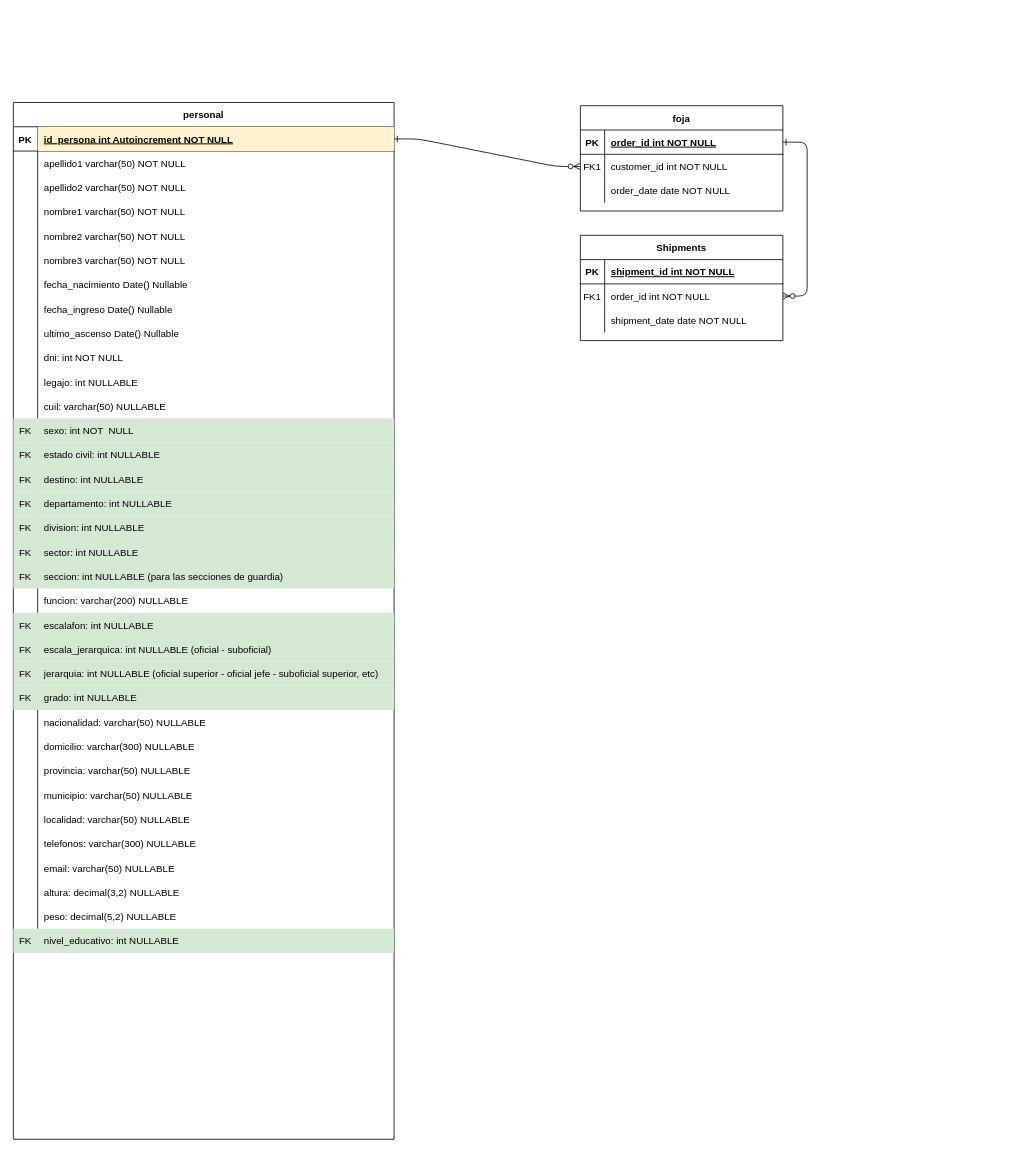
Above: Cuerpo Penitenciario.drawio in FSALVA157/EsquemasER (draw.io), before the change. Source tidied: cells renumbered, new cells numbered last; positions are measured from the earlier drawing's top-left corner, leaving out a move shared by most shapes. Both pictures are drawn from the tidied source at 81%, with x=0, y=0 at pixel (13, 102).
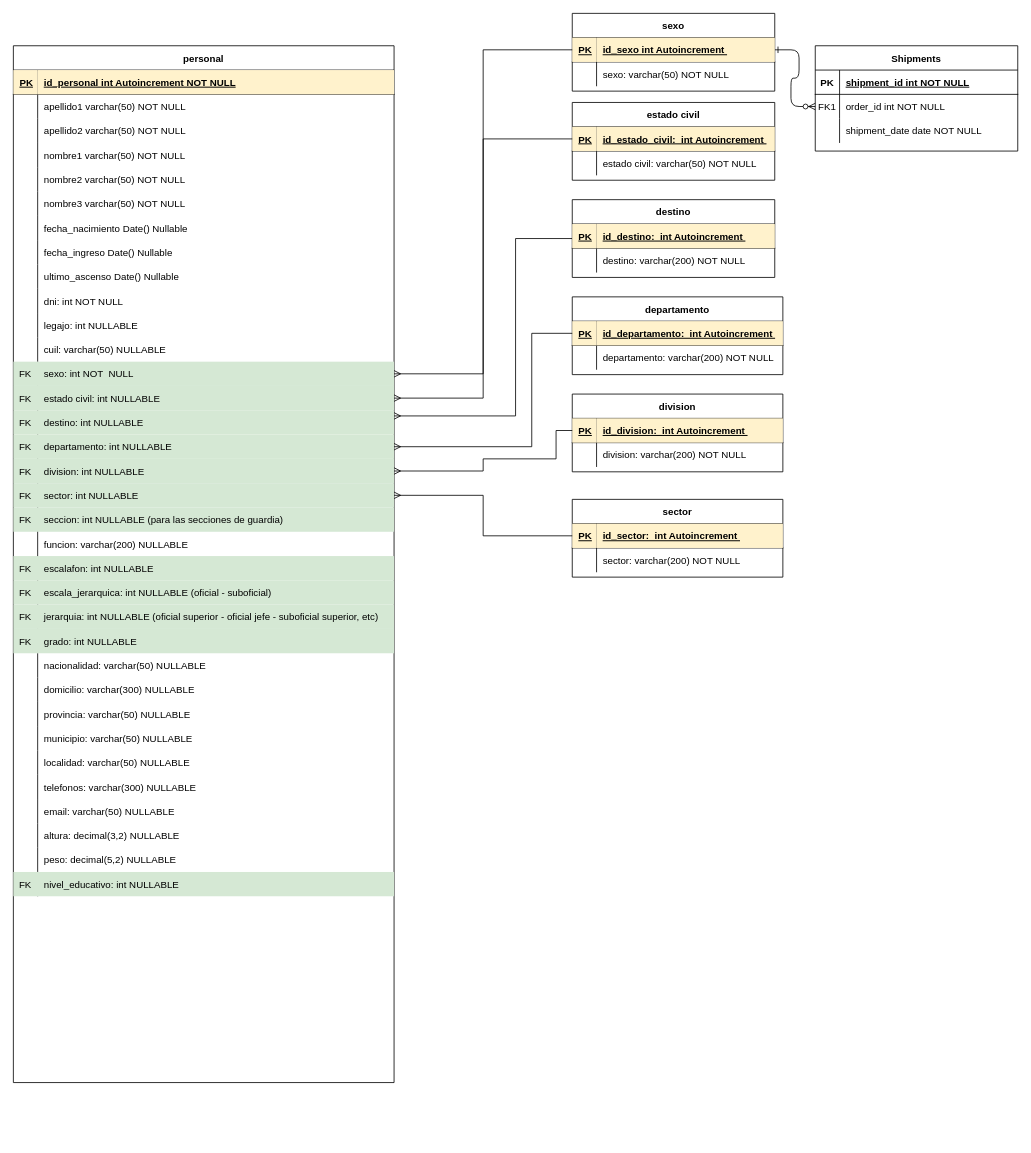
The same diagram, later.

Unchanged cells that the change refers to:
```xml
<mxCell id="3" style="shape=partialRectangle;fillColor=none;points=[[0,0.5],[1,0.5]];portConstraint=eastwest;top=0;left=0;right=0;bottom=1;" parent="2" vertex="1">
  <mxGeometry y="30" width="470" height="30" as="geometry" />
</mxCell>
<mxCell id="39" style="shape=partialRectangle;fillColor=#d5e8d4;points=[[0,0.5],[1,0.5]];portConstraint=eastwest;top=0;left=0;right=0;bottom=0;strokeColor=#82b366;" parent="2" vertex="1">
  <mxGeometry y="390" width="470" height="30" as="geometry" />
</mxCell>
<mxCell id="42" style="shape=partialRectangle;fillColor=#d5e8d4;points=[[0,0.5],[1,0.5]];portConstraint=eastwest;top=0;left=0;right=0;bottom=0;strokeColor=#82b366;" parent="2" vertex="1">
  <mxGeometry y="420" width="470" height="30" as="geometry" />
</mxCell>
<mxCell id="45" style="shape=partialRectangle;fillColor=#d5e8d4;points=[[0,0.5],[1,0.5]];portConstraint=eastwest;top=0;left=0;right=0;bottom=0;strokeColor=#82b366;" parent="2" vertex="1">
  <mxGeometry y="450" width="470" height="30" as="geometry" />
</mxCell>
<mxCell id="48" style="shape=partialRectangle;fillColor=#d5e8d4;points=[[0,0.5],[1,0.5]];portConstraint=eastwest;top=0;left=0;right=0;bottom=0;strokeColor=#82b366;" parent="2" vertex="1">
  <mxGeometry y="480" width="470" height="30" as="geometry" />
</mxCell>
<mxCell id="51" style="shape=partialRectangle;fillColor=#d5e8d4;points=[[0,0.5],[1,0.5]];portConstraint=eastwest;top=0;left=0;right=0;bottom=0;strokeColor=#82b366;" parent="2" vertex="1">
  <mxGeometry y="510" width="470" height="30" as="geometry" />
</mxCell>
<mxCell id="54" style="shape=partialRectangle;fillColor=#d5e8d4;points=[[0,0.5],[1,0.5]];portConstraint=eastwest;top=0;left=0;right=0;bottom=0;strokeColor=#82b366;" parent="2" vertex="1">
  <mxGeometry y="540" width="470" height="30" as="geometry" />
</mxCell>
<mxCell id="108" style="shape=partialRectangle;fillColor=none;points=[[0,0.5],[1,0.5]];portConstraint=eastwest;top=0;left=0;right=0;bottom=1;" parent="107" vertex="1">
  <mxGeometry y="30" width="250" height="30" as="geometry" />
</mxCell>
<mxCell id="111" style="shape=partialRectangle;fillColor=none;points=[[0,0.5],[1,0.5]];portConstraint=eastwest;top=0;left=0;right=0;bottom=0;" parent="107" vertex="1">
  <mxGeometry y="60" width="250" height="30" as="geometry" />
</mxCell>
```

Diff of the diagram source:
```diff
@@
     <mxCell id="2" value="personal" style="shape=table;startSize=30;childLayout=tableLayout;rowLines=0;fontStyle=1;align=center;" parent="1" vertex="1">
-      <mxGeometry width="470" height="1280" as="geometry" />
+      <mxGeometry y="-70" width="470" height="1280" as="geometry" />
     </mxCell>
@@
-    <mxCell id="4" value="PK" style="shape=partialRectangle;overflow=hidden;fillColor=none;top=0;left=0;bottom=0;right=0;fontStyle=1;" parent="3" vertex="1">
+    <mxCell id="4" value="PK" style="shape=partialRectangle;overflow=hidden;fillColor=#fff2cc;top=0;left=0;bottom=0;right=0;fontStyle=5;align=left;strokeColor=#d6b656;spacingLeft=6;" parent="3" vertex="1">
       <mxGeometry width="30" height="30" as="geometry" />
     </mxCell>
-    <mxCell id="5" value="id_persona int Autoincrement NOT NULL " style="shape=partialRectangle;overflow=hidden;fillColor=#fff2cc;top=0;left=0;bottom=0;right=0;align=left;spacingLeft=6;fontStyle=5;strokeColor=#d6b656;" parent="3" vertex="1">
+    <mxCell id="5" value="id_personal int Autoincrement NOT NULL " style="shape=partialRectangle;overflow=hidden;fillColor=#fff2cc;top=0;left=0;bottom=0;right=0;align=left;spacingLeft=6;fontStyle=5;strokeColor=#d6b656;" parent="3" vertex="1">
       <mxGeometry x="30" width="440" height="30" as="geometry" />
     </mxCell>
@@
-    <mxCell id="105" style="edgeStyle=entityRelationEdgeStyle;endArrow=ERzeroToMany;startArrow=ERone;endFill=1;startFill=0;" parent="1" edge="1" source="3" target="111">
-      <mxGeometry relative="1" as="geometry" />
-    </mxCell>
@@
-    <mxCell id="107" value="foja" style="shape=table;startSize=30;childLayout=tableLayout;rowLines=0;fontStyle=1;align=center;" parent="1" vertex="1">
-      <mxGeometry x="700" y="4" width="250" height="130" as="geometry" />
+    <mxCell id="107" value="sexo" style="shape=table;startSize=30;childLayout=tableLayout;rowLines=0;fontStyle=1;align=center;" parent="1" vertex="1">
+      <mxGeometry x="690" y="-110" width="250" height="96" as="geometry" />
     </mxCell>
@@
-    <mxCell id="109" value="PK" style="shape=partialRectangle;overflow=hidden;fillColor=none;top=0;left=0;bottom=0;right=0;fontStyle=1;" parent="108" vertex="1">
+    <mxCell id="109" value="PK" style="shape=partialRectangle;overflow=hidden;fillColor=#fff2cc;top=0;left=0;bottom=0;right=0;fontStyle=5;align=left;strokeColor=#d6b656;spacingLeft=6;" parent="108" vertex="1">
       <mxGeometry width="30" height="30" as="geometry" />
     </mxCell>
-    <mxCell id="110" value="order_id int NOT NULL " style="shape=partialRectangle;overflow=hidden;fillColor=none;top=0;left=0;bottom=0;right=0;align=left;spacingLeft=6;fontStyle=5;" parent="108" vertex="1">
+    <mxCell id="110" value="id_sexo int Autoincrement " style="shape=partialRectangle;overflow=hidden;fillColor=#fff2cc;top=0;left=0;bottom=0;right=0;align=left;fontStyle=5;strokeColor=#d6b656;spacingLeft=6;" parent="108" vertex="1">
       <mxGeometry x="30" width="220" height="30" as="geometry" />
     </mxCell>
@@
-    <mxCell id="112" value="FK1" style="shape=partialRectangle;overflow=hidden;fillColor=none;top=0;left=0;bottom=0;right=0;" parent="111" vertex="1">
+    <mxCell id="112" style="shape=partialRectangle;overflow=hidden;fillColor=none;top=0;left=0;bottom=0;right=0;" parent="111" vertex="1">
       <mxGeometry width="30" height="30" as="geometry" />
     </mxCell>
-    <mxCell id="113" value="customer_id int NOT NULL" style="shape=partialRectangle;overflow=hidden;fillColor=none;top=0;left=0;bottom=0;right=0;align=left;spacingLeft=6;" parent="111" vertex="1">
+    <mxCell id="113" value="sexo: varchar(50) NOT NULL" style="shape=partialRectangle;overflow=hidden;fillColor=none;top=0;left=0;bottom=0;right=0;align=left;spacingLeft=6;" parent="111" vertex="1">
       <mxGeometry x="30" width="220" height="30" as="geometry" />
     </mxCell>
-    <mxCell id="114" style="shape=partialRectangle;fillColor=none;top=0;left=0;right=0;bottom=0;" parent="107" vertex="1">
-      <mxGeometry y="90" width="250" height="30" as="geometry" />
-    </mxCell>
-    <mxCell id="115" style="shape=partialRectangle;overflow=hidden;fillColor=none;top=0;left=0;bottom=0;right=0;" parent="114" vertex="1">
-      <mxGeometry width="30" height="30" as="geometry" />
-    </mxCell>
-    <mxCell id="116" value="order_date date NOT NULL" style="shape=partialRectangle;overflow=hidden;fillColor=none;top=0;left=0;bottom=0;right=0;align=left;spacingLeft=6;" parent="114" vertex="1">
-      <mxGeometry x="30" width="220" height="30" as="geometry" />
-    </mxCell>
     <mxCell id="117" value="Shipments" style="shape=table;startSize=30;childLayout=tableLayout;rowLines=0;fontStyle=1;align=center;" parent="1" vertex="1">
-      <mxGeometry x="700" y="164" width="250" height="130" as="geometry" />
+      <mxGeometry x="990" y="-70" width="250" height="130" as="geometry" />
     </mxCell>
@@
+    <mxCell id="127" value="estado civil" style="shape=table;startSize=30;childLayout=tableLayout;rowLines=0;fontStyle=1;align=center;" parent="1" vertex="1">
+      <mxGeometry x="690" width="250" height="96" as="geometry" />
+    </mxCell>
+    <mxCell id="128" style="shape=partialRectangle;fillColor=none;points=[[0,0.5],[1,0.5]];portConstraint=eastwest;top=0;left=0;right=0;bottom=1;" parent="127" vertex="1">
+      <mxGeometry y="30" width="250" height="30" as="geometry" />
+    </mxCell>
+    <mxCell id="129" value="PK" style="shape=partialRectangle;overflow=hidden;fillColor=#fff2cc;top=0;left=0;bottom=0;right=0;fontStyle=5;align=left;strokeColor=#d6b656;spacingLeft=6;" parent="128" vertex="1">
+      <mxGeometry width="30" height="30" as="geometry" />
+    </mxCell>
+    <mxCell id="130" value="id_estado_civil:  int Autoincrement " style="shape=partialRectangle;overflow=hidden;fillColor=#fff2cc;top=0;left=0;bottom=0;right=0;align=left;fontStyle=5;strokeColor=#d6b656;spacingLeft=6;" parent="128" vertex="1">
+      <mxGeometry x="30" width="220" height="30" as="geometry" />
+    </mxCell>
+    <mxCell id="131" style="shape=partialRectangle;fillColor=none;top=0;left=0;right=0;bottom=0;" parent="127" vertex="1">
+      <mxGeometry y="60" width="250" height="30" as="geometry" />
+    </mxCell>
+    <mxCell id="132" style="shape=partialRectangle;overflow=hidden;fillColor=none;top=0;left=0;bottom=0;right=0;" parent="131" vertex="1">
+      <mxGeometry width="30" height="30" as="geometry" />
+    </mxCell>
+    <mxCell id="133" value="estado civil: varchar(50) NOT NULL" style="shape=partialRectangle;overflow=hidden;fillColor=none;top=0;left=0;bottom=0;right=0;align=left;spacingLeft=6;" parent="131" vertex="1">
+      <mxGeometry x="30" width="220" height="30" as="geometry" />
+    </mxCell>
+    <mxCell id="134" style="edgeStyle=orthogonalEdgeStyle;rounded=0;jettySize=auto;html=1;entryX=1;entryY=0.233;entryDx=0;entryDy=0;entryPerimeter=0;endArrow=ERmany;endFill=0;" parent="1" edge="1" source="135" target="45">
+      <mxGeometry relative="1" as="geometry">
+        <Array as="points">
+          <mxPoint x="620" y="168" />
+          <mxPoint x="620" y="387" />
+        </Array>
+      </mxGeometry>
+    </mxCell>
+    <mxCell id="135" value="destino" style="shape=table;startSize=30;childLayout=tableLayout;rowLines=0;fontStyle=1;align=center;" parent="1" vertex="1">
+      <mxGeometry x="690" y="120" width="250" height="96" as="geometry" />
+    </mxCell>
+    <mxCell id="136" style="shape=partialRectangle;fillColor=none;top=0;left=0;right=0;bottom=1;" parent="135" vertex="1">
+      <mxGeometry y="30" width="250" height="30" as="geometry" />
+    </mxCell>
+    <mxCell id="137" value="PK" style="shape=partialRectangle;overflow=hidden;fillColor=#fff2cc;top=0;left=0;bottom=0;right=0;fontStyle=5;align=left;strokeColor=#d6b656;spacingLeft=6;" parent="136" vertex="1">
+      <mxGeometry width="30" height="30" as="geometry" />
+    </mxCell>
+    <mxCell id="138" value="id_destino:  int Autoincrement " style="shape=partialRectangle;overflow=hidden;fillColor=#fff2cc;top=0;left=0;bottom=0;right=0;align=left;fontStyle=5;strokeColor=#d6b656;spacingLeft=6;" parent="136" vertex="1">
+      <mxGeometry x="30" width="220" height="30" as="geometry" />
+    </mxCell>
+    <mxCell id="139" style="shape=partialRectangle;fillColor=none;top=0;left=0;right=0;bottom=0;" parent="135" vertex="1">
+      <mxGeometry y="60" width="250" height="30" as="geometry" />
+    </mxCell>
+    <mxCell id="140" style="shape=partialRectangle;overflow=hidden;fillColor=none;top=0;left=0;bottom=0;right=0;" parent="139" vertex="1">
+      <mxGeometry width="30" height="30" as="geometry" />
+    </mxCell>
+    <mxCell id="141" value="destino: varchar(200) NOT NULL" style="shape=partialRectangle;overflow=hidden;fillColor=none;top=0;left=0;bottom=0;right=0;align=left;spacingLeft=6;" parent="139" vertex="1">
+      <mxGeometry x="30" width="220" height="30" as="geometry" />
+    </mxCell>
+    <mxCell id="142" value="departamento" style="shape=table;startSize=30;childLayout=tableLayout;rowLines=0;fontStyle=1;align=center;" parent="1" vertex="1">
+      <mxGeometry x="690" y="240" width="260" height="96" as="geometry" />
+    </mxCell>
+    <mxCell id="143" style="shape=partialRectangle;fillColor=none;points=[[0,0.5],[1,0.5]];portConstraint=eastwest;top=0;left=0;right=0;bottom=1;" parent="142" vertex="1">
+      <mxGeometry y="30" width="260" height="30" as="geometry" />
+    </mxCell>
+    <mxCell id="144" value="PK" style="shape=partialRectangle;overflow=hidden;fillColor=#fff2cc;top=0;left=0;bottom=0;right=0;fontStyle=5;align=left;strokeColor=#d6b656;spacingLeft=6;" parent="143" vertex="1">
+      <mxGeometry width="30" height="30" as="geometry" />
+    </mxCell>
+    <mxCell id="145" value="id_departamento:  int Autoincrement " style="shape=partialRectangle;overflow=hidden;fillColor=#fff2cc;top=0;left=0;bottom=0;right=0;align=left;fontStyle=5;strokeColor=#d6b656;spacingLeft=6;" parent="143" vertex="1">
+      <mxGeometry x="30" width="230" height="30" as="geometry" />
+    </mxCell>
+    <mxCell id="146" style="shape=partialRectangle;fillColor=none;top=0;left=0;right=0;bottom=0;" parent="142" vertex="1">
+      <mxGeometry y="60" width="260" height="30" as="geometry" />
+    </mxCell>
+    <mxCell id="147" style="shape=partialRectangle;overflow=hidden;fillColor=none;top=0;left=0;bottom=0;right=0;" parent="146" vertex="1">
+      <mxGeometry width="30" height="30" as="geometry" />
+    </mxCell>
+    <mxCell id="148" value="departamento: varchar(200) NOT NULL" style="shape=partialRectangle;overflow=hidden;fillColor=none;top=0;left=0;bottom=0;right=0;align=left;spacingLeft=6;" parent="146" vertex="1">
+      <mxGeometry x="30" width="230" height="30" as="geometry" />
+    </mxCell>
+    <mxCell id="149" value="division" style="shape=table;startSize=30;childLayout=tableLayout;rowLines=0;fontStyle=1;align=center;" parent="1" vertex="1">
+      <mxGeometry x="690" y="360" width="260" height="96" as="geometry" />
+    </mxCell>
+    <mxCell id="150" style="shape=partialRectangle;fillColor=none;points=[[0,0.5],[1,0.5]];portConstraint=eastwest;top=0;left=0;right=0;bottom=1;" parent="149" vertex="1">
+      <mxGeometry y="30" width="260" height="30" as="geometry" />
+    </mxCell>
+    <mxCell id="151" value="PK" style="shape=partialRectangle;overflow=hidden;fillColor=#fff2cc;top=0;left=0;bottom=0;right=0;fontStyle=5;align=left;strokeColor=#d6b656;spacingLeft=6;" parent="150" vertex="1">
+      <mxGeometry width="30" height="30" as="geometry" />
+    </mxCell>
+    <mxCell id="152" value="id_division:  int Autoincrement " style="shape=partialRectangle;overflow=hidden;fillColor=#fff2cc;top=0;left=0;bottom=0;right=0;align=left;fontStyle=5;strokeColor=#d6b656;spacingLeft=6;" parent="150" vertex="1">
+      <mxGeometry x="30" width="230" height="30" as="geometry" />
+    </mxCell>
+    <mxCell id="153" style="shape=partialRectangle;fillColor=none;top=0;left=0;right=0;bottom=0;" parent="149" vertex="1">
+      <mxGeometry y="60" width="260" height="30" as="geometry" />
+    </mxCell>
+    <mxCell id="154" style="shape=partialRectangle;overflow=hidden;fillColor=none;top=0;left=0;bottom=0;right=0;" parent="153" vertex="1">
+      <mxGeometry width="30" height="30" as="geometry" />
+    </mxCell>
+    <mxCell id="155" value="division: varchar(200) NOT NULL" style="shape=partialRectangle;overflow=hidden;fillColor=none;top=0;left=0;bottom=0;right=0;align=left;spacingLeft=6;" parent="153" vertex="1">
+      <mxGeometry x="30" width="230" height="30" as="geometry" />
+    </mxCell>
+    <mxCell id="156" value="sector" style="shape=table;startSize=30;childLayout=tableLayout;rowLines=0;fontStyle=1;align=center;" parent="1" vertex="1">
+      <mxGeometry x="690" y="490" width="260" height="96" as="geometry" />
+    </mxCell>
+    <mxCell id="157" style="shape=partialRectangle;fillColor=none;points=[[0,0.5],[1,0.5]];portConstraint=eastwest;top=0;left=0;right=0;bottom=1;" parent="156" vertex="1">
+      <mxGeometry y="30" width="260" height="30" as="geometry" />
+    </mxCell>
+    <mxCell id="158" value="PK" style="shape=partialRectangle;overflow=hidden;fillColor=#fff2cc;top=0;left=0;bottom=0;right=0;fontStyle=5;align=left;strokeColor=#d6b656;spacingLeft=6;" parent="157" vertex="1">
+      <mxGeometry width="30" height="30" as="geometry" />
+    </mxCell>
+    <mxCell id="159" value="id_sector:  int Autoincrement " style="shape=partialRectangle;overflow=hidden;fillColor=#fff2cc;top=0;left=0;bottom=0;right=0;align=left;fontStyle=5;strokeColor=#d6b656;spacingLeft=6;" parent="157" vertex="1">
+      <mxGeometry x="30" width="230" height="30" as="geometry" />
+    </mxCell>
+    <mxCell id="160" style="shape=partialRectangle;fillColor=none;top=0;left=0;right=0;bottom=0;" parent="156" vertex="1">
+      <mxGeometry y="60" width="260" height="30" as="geometry" />
+    </mxCell>
+    <mxCell id="161" style="shape=partialRectangle;overflow=hidden;fillColor=none;top=0;left=0;bottom=0;right=0;" parent="160" vertex="1">
+      <mxGeometry width="30" height="30" as="geometry" />
+    </mxCell>
+    <mxCell id="162" value="sector: varchar(200) NOT NULL" style="shape=partialRectangle;overflow=hidden;fillColor=none;top=0;left=0;bottom=0;right=0;align=left;spacingLeft=6;" parent="160" vertex="1">
+      <mxGeometry x="30" width="230" height="30" as="geometry" />
+    </mxCell>
+    <mxCell id="163" style="edgeStyle=orthogonalEdgeStyle;rounded=0;jettySize=auto;html=1;endArrow=ERmany;endFill=0;" parent="1" edge="1" source="108" target="39">
+      <mxGeometry relative="1" as="geometry" />
+    </mxCell>
+    <mxCell id="164" style="edgeStyle=orthogonalEdgeStyle;rounded=0;jettySize=auto;html=1;entryX=1;entryY=0.5;entryDx=0;entryDy=0;endArrow=ERmany;endFill=0;" parent="1" edge="1" source="128" target="42">
+      <mxGeometry relative="1" as="geometry" />
+    </mxCell>
+    <mxCell id="165" style="edgeStyle=orthogonalEdgeStyle;rounded=0;jettySize=auto;html=1;endArrow=ERmany;endFill=0;" parent="1" edge="1" source="143" target="48">
+      <mxGeometry relative="1" as="geometry">
+        <Array as="points">
+          <mxPoint x="640" y="285" />
+          <mxPoint x="640" y="425" />
+        </Array>
+      </mxGeometry>
+    </mxCell>
+    <mxCell id="166" style="edgeStyle=orthogonalEdgeStyle;rounded=0;jettySize=auto;html=1;endArrow=ERmany;endFill=0;" parent="1" edge="1" source="150" target="51">
+      <mxGeometry relative="1" as="geometry">
+        <Array as="points">
+          <mxPoint x="670" y="405" />
+          <mxPoint x="670" y="440" />
+          <mxPoint x="580" y="440" />
+          <mxPoint x="580" y="455" />
+        </Array>
+      </mxGeometry>
+    </mxCell>
+    <mxCell id="167" style="edgeStyle=orthogonalEdgeStyle;rounded=0;jettySize=auto;html=1;entryX=1;entryY=0.5;entryDx=0;entryDy=0;endArrow=ERmany;endFill=0;" parent="1" edge="1" source="157" target="54">
+      <mxGeometry relative="1" as="geometry" />
+    </mxCell>
```
